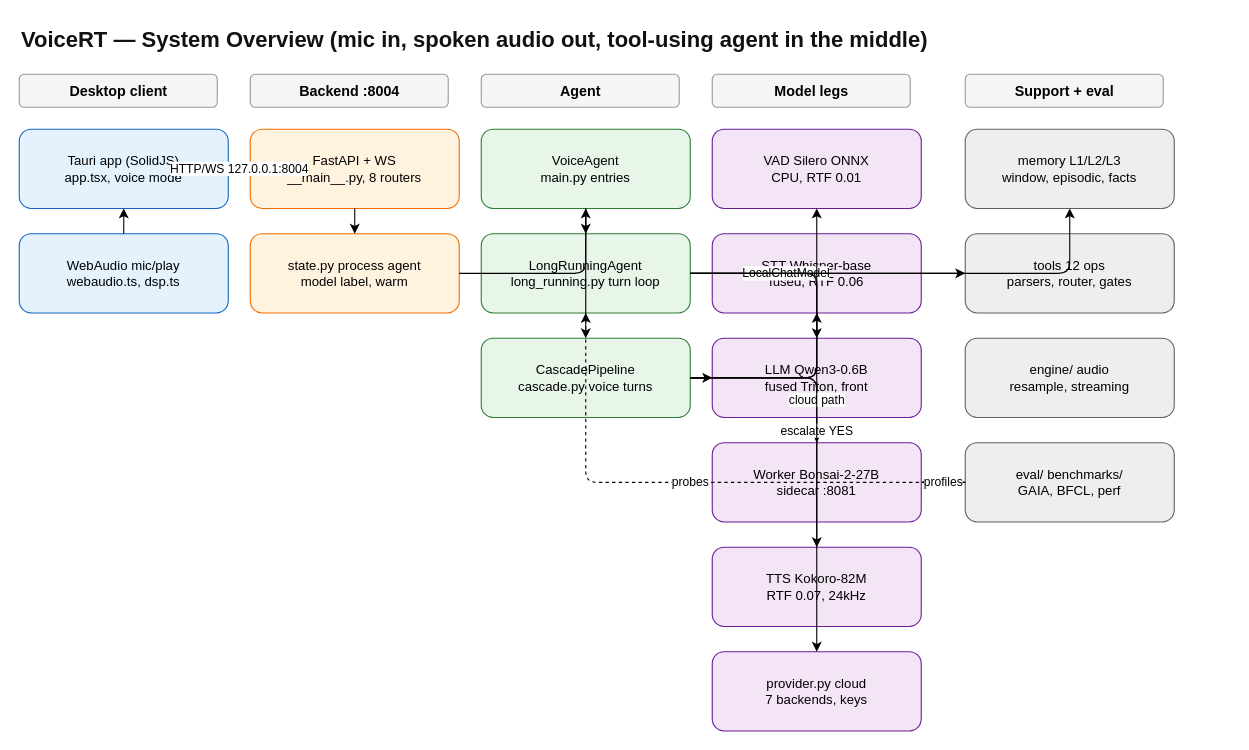
Earlier version of the draw.io diagram page "00-System-overview" (1 of 5) of voicert-architecture.drawio (Se00n00/VoiceRT). Source tidied: cells renumbered, new cells numbered last; positions are measured from the earlier drawing's top-left corner, leaving out a move shared by most shapes. Both pictures are drawn from the tidied source at 110%, with x=0, y=0 at pixel (19, 19).
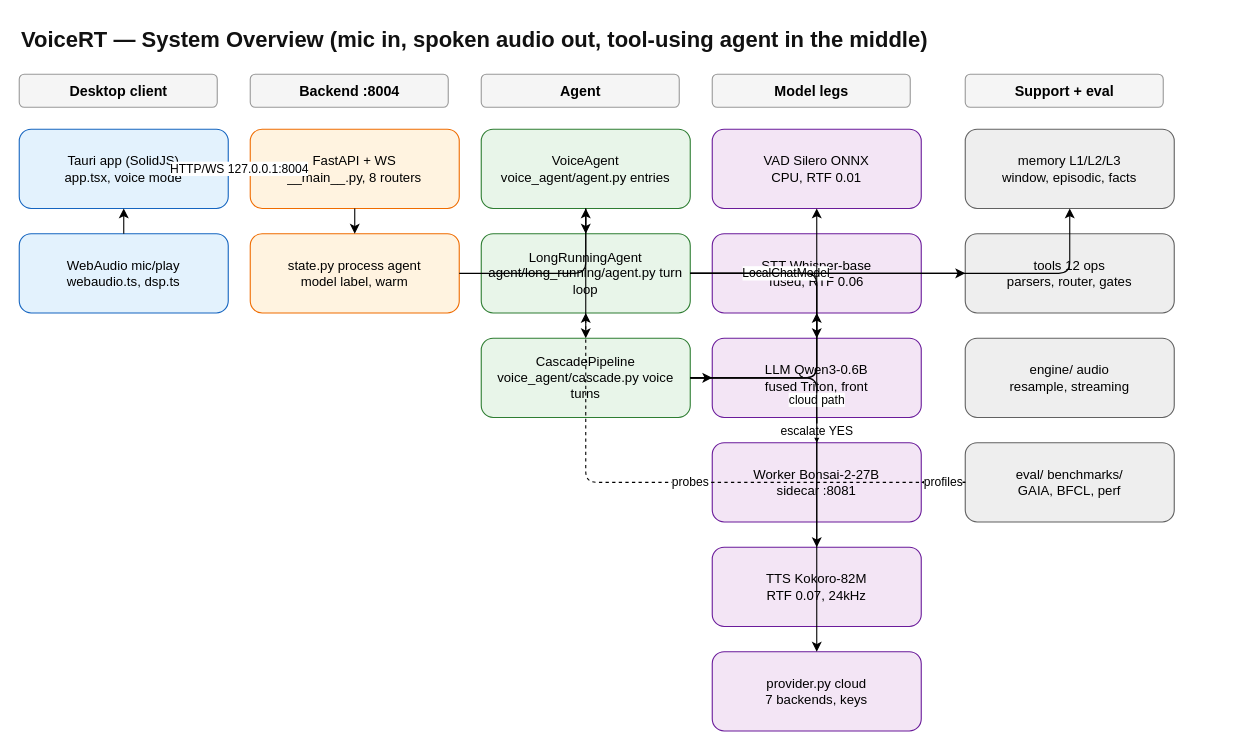
Above is the later version.

What changed in the source:
```diff
@@
-    <mxCell id="12" value="VoiceAgent&lt;br&gt;main.py entries" style="rounded=1;whiteSpace=wrap;html=1;fillColor=#e8f5e9;strokeColor=#2e7d32;fontColor=#000000;" parent="1" vertex="1">
+    <mxCell id="12" value="VoiceAgent&lt;br&gt;voice_agent/agent.py entries" style="rounded=1;whiteSpace=wrap;html=1;fillColor=#e8f5e9;strokeColor=#2e7d32;fontColor=#000000;" parent="1" vertex="1">
       <mxGeometry x="420" y="100" width="190" height="72" as="geometry" />
     </mxCell>
-    <mxCell id="13" value="LongRunningAgent&lt;br&gt;long_running.py turn loop" style="rounded=1;whiteSpace=wrap;html=1;fillColor=#e8f5e9;strokeColor=#2e7d32;fontColor=#000000;" parent="1" vertex="1">
+    <mxCell id="13" value="LongRunningAgent&lt;br&gt;agent/long_running/agent.py turn loop" style="rounded=1;whiteSpace=wrap;html=1;fillColor=#e8f5e9;strokeColor=#2e7d32;fontColor=#000000;" parent="1" vertex="1">
       <mxGeometry x="420" y="195" width="190" height="72" as="geometry" />
     </mxCell>
-    <mxCell id="14" value="CascadePipeline&lt;br&gt;cascade.py voice turns" style="rounded=1;whiteSpace=wrap;html=1;fillColor=#e8f5e9;strokeColor=#2e7d32;fontColor=#000000;" parent="1" vertex="1">
+    <mxCell id="14" value="CascadePipeline&lt;br&gt;voice_agent/cascade.py voice turns" style="rounded=1;whiteSpace=wrap;html=1;fillColor=#e8f5e9;strokeColor=#2e7d32;fontColor=#000000;" parent="1" vertex="1">
       <mxGeometry x="420" y="290" width="190" height="72" as="geometry" />
     </mxCell>
```
